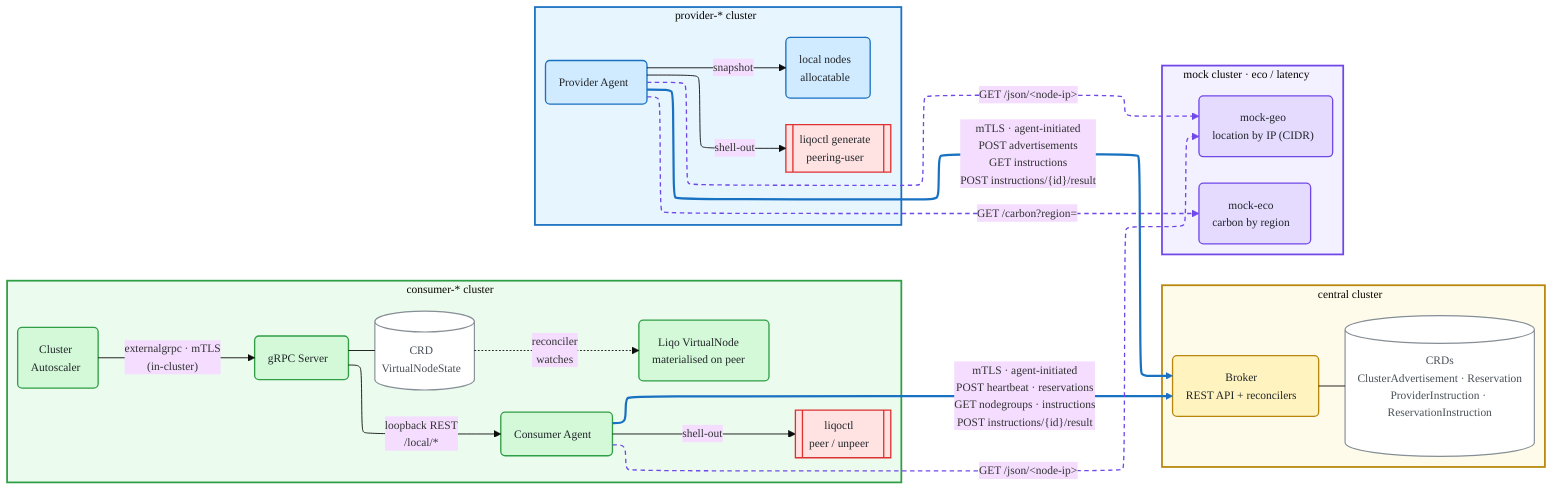
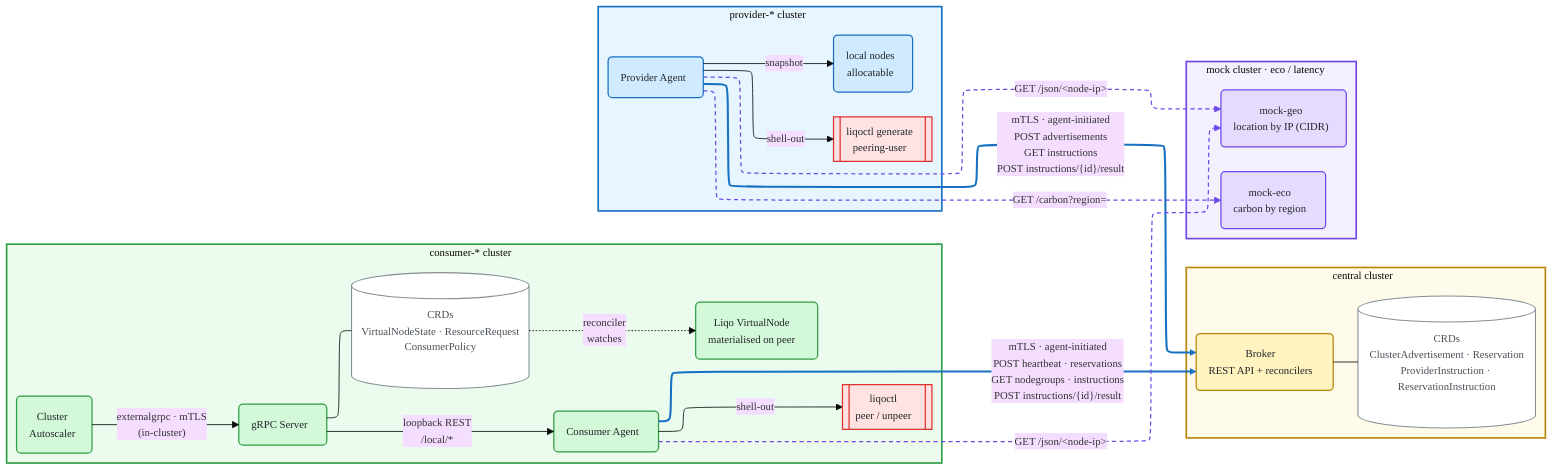
%%{init: {'theme': 'base', 'layout': 'elk', 'themeVariables': {'fontSize': '13px', 'fontFamily': 'Helvetica, Arial, sans-serif'}, 'flowchart': {'curve': 'basis', 'nodeSpacing': 55, 'rankSpacing': 70}}}%%
- %% docs/design.md §3 — system overview (as-built).
+ %% docs/design.md §3 - system overview (as-built).
%% Layout (flowchart LR, ELK engine): the consumer and provider clusters (left)
- %% initiate ALL traffic to the right — to the central broker and, for the
+ %% initiate ALL traffic to the right: to the central broker and, for the
%% eco/latency strategies, to the mock cluster. Arrows point in the direction
%% each call is made; the broker never dials an agent, so no arrow points back
%% (right-to-left) into a cluster. Each cluster owns its own liqoctl exec.
%% LR keeps the diagram wide-and-short (the consumer's CA->gRPC->Agent chain runs
%% horizontally) so it reads in one glance. Uses the ELK layout engine
%% ('layout':'elk'), bundled in recent @mermaid-js/mermaid-cli.
%% Regenerate the PNG with:
%%   mmdc -i architecture.mmd -o architecture-diagram.png --backgroundColor white -s 3
flowchart LR
    %% ===== top row: central (centre) + mock (right) =====
    subgraph Central["central cluster"]
        Bk("Broker<br/>REST API + reconcilers")
        BkCRD[("CRDs<br/>ClusterAdvertisement · Reservation<br/>ProviderInstruction · ReservationInstruction")]
        Bk --- BkCRD
    end

    subgraph Mock["mock cluster · eco / latency"]
        direction LR
        MockEco("mock-eco<br/>carbon by region")
        MockGeo("mock-geo<br/>location by IP (CIDR)")
    end

    %% ===== bottom row: consumer (left) + provider (right) =====
    subgraph Consumer["consumer-* cluster"]
        CA("Cluster<br/>Autoscaler")
        GS("gRPC Server")
        CAg("Consumer Agent")
-         VNS[("CRD<br/>VirtualNodeState")]
+         VNS[("CRDs<br/>VirtualNodeState · ResourceRequest<br/>ConsumerPolicy")]
        VN("Liqo VirtualNode<br/>materialised on peer")
        LqC[["liqoctl<br/>peer / unpeer"]]
        CA -- "externalgrpc · mTLS<br/>(in-cluster)" --> GS
        GS -- "loopback REST<br/>/local/*" --> CAg
        GS --- VNS
        VNS -. reconciler<br/>watches .-> VN
        CAg -- shell-out --> LqC
    end

    subgraph Provider["provider-* cluster"]
        PAg("Provider Agent")
        Nodes("local nodes<br/>allocatable")
        LqP[["liqoctl generate<br/>peering-user"]]
        PAg -- snapshot --> Nodes
        PAg -- shell-out --> LqP
    end

    %% ===== cross-cluster: agent-initiated only (arrow = direction of the call) =====
    CAg == "mTLS · agent-initiated<br/>POST heartbeat · reservations<br/>GET nodegroups · instructions<br/>POST instructions/{id}/result" ==> Bk
    PAg == "mTLS · agent-initiated<br/>POST advertisements<br/>GET instructions<br/>POST instructions/{id}/result" ==> Bk

-     %% mock fetches — plain HTTP, agent-initiated, best-effort. Each agent
+     %% mock fetches: plain HTTP, agent-initiated, best-effort. Each agent
    %% geolocates its own node IP; the provider keys carbon by the discovered region.
    PAg -. "GET /carbon?region=" .-> MockEco
    PAg -. "GET /json/&lt;node-ip&gt;" .-> MockGeo
    CAg -. "GET /json/&lt;node-ip&gt;" .-> MockGeo

    %% ===== styling =====
    classDef central  fill:#fff3bf,stroke:#b8860b,stroke-width:1.5px,color:#212529
    classDef consumer fill:#d3f9d8,stroke:#2f9e44,stroke-width:1.5px,color:#212529
    classDef provider fill:#d0ebff,stroke:#1971c2,stroke-width:1.5px,color:#212529
    classDef mock     fill:#e5dbff,stroke:#7048e8,stroke-width:1.5px,color:#212529
    classDef crd      fill:#ffffff,stroke:#868e96,stroke-width:1.3px,color:#495057
    classDef exec     fill:#ffe3e3,stroke:#e03131,stroke-width:1.5px,color:#212529
    class Bk central
    class CA,GS,CAg,VN consumer
    class PAg,Nodes provider
    class MockEco,MockGeo mock
    class BkCRD,VNS crd
    class LqC,LqP exec

    style Central  fill:#fffbea,stroke:#b8860b,stroke-width:2px
    style Mock     fill:#f3f0ff,stroke:#7048e8,stroke-width:2px
    style Consumer fill:#ebfbee,stroke:#2f9e44,stroke-width:2px
    style Provider fill:#e7f5ff,stroke:#1971c2,stroke-width:2px

    linkStyle 8,9 stroke:#1971c2,stroke-width:2.5px
    linkStyle 10,11,12 stroke:#7048e8,stroke-width:1.5px,stroke-dasharray:5 4
